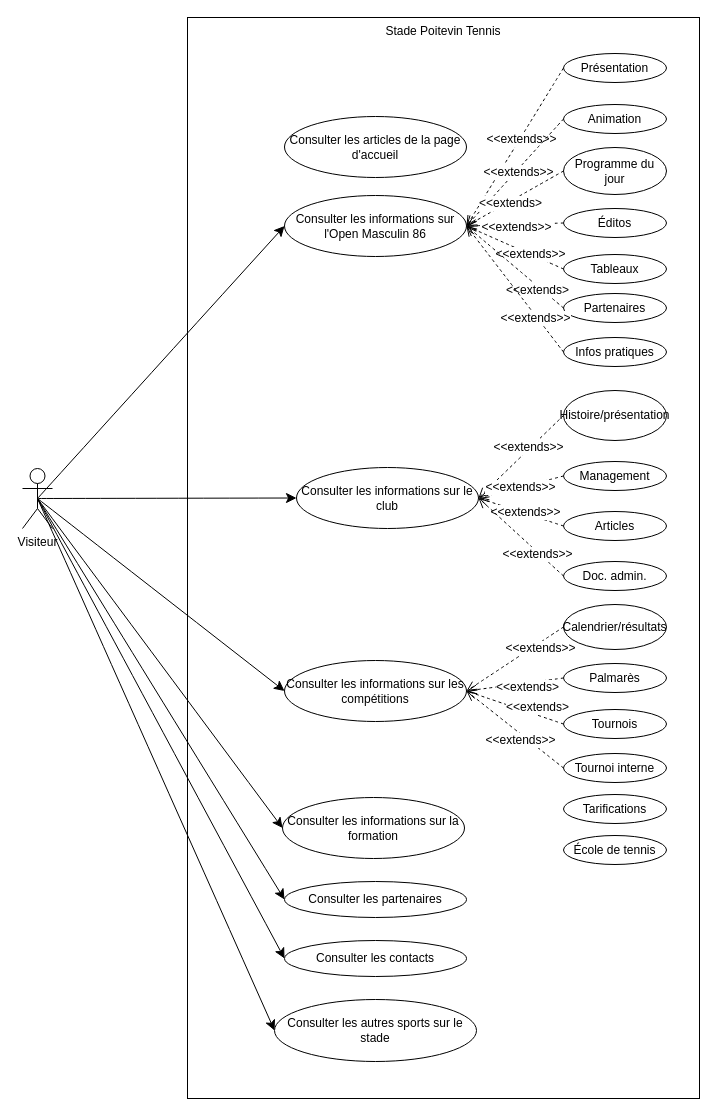
Before: analyse/diagramme-cu.drawio in mmia-univ-s3/sae2-tennis, a draw.io diagram. Source tidied: cells renumbered, new cells numbered last; positions are measured from the earlier drawing's top-left corner, leaving out a move shared by most shapes. Both pictures are drawn from the tidied source at 100%, with x=0, y=0 at pixel (22, 17).
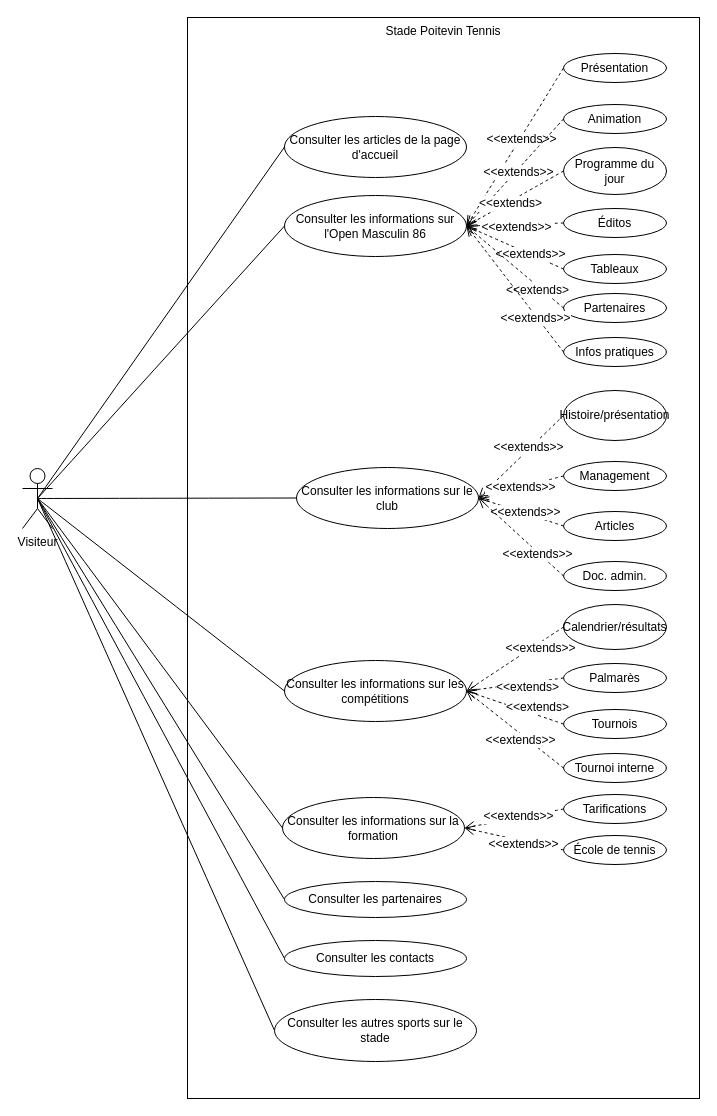
The same page after the edit.

Commit message (it also covers changes not shown here):
Mise à jour du diagramme CU

The change refers to these unchanged cells:
```xml
<mxCell id="10" value="Visiteur" style="shape=umlActor;verticalLabelPosition=bottom;verticalAlign=top;html=1;" parent="1" vertex="1">
  <mxGeometry y="451" width="30" height="60" as="geometry" />
</mxCell>
<mxCell id="11" value="Consulter les informations sur l'Open Masculin 86" style="ellipse;html=1;whiteSpace=wrap;" parent="1" vertex="1">
  <mxGeometry x="262" y="178" width="182" height="61" as="geometry" />
</mxCell>
<mxCell id="12" value="Consulter les informations sur le club" style="ellipse;html=1;whiteSpace=wrap;" parent="1" vertex="1">
  <mxGeometry x="274" y="450" width="182" height="61" as="geometry" />
</mxCell>
<mxCell id="13" value="Consulter les informations sur les compétitions" style="ellipse;html=1;whiteSpace=wrap;" parent="1" vertex="1">
  <mxGeometry x="262" y="643" width="182" height="61" as="geometry" />
</mxCell>
<mxCell id="14" value="Consulter les informations sur la formation" style="ellipse;html=1;whiteSpace=wrap;" parent="1" vertex="1">
  <mxGeometry x="260" y="780" width="182" height="61" as="geometry" />
</mxCell>
<mxCell id="15" value="Consulter les articles de la page d'accueil" style="ellipse;html=1;whiteSpace=wrap;" parent="1" vertex="1">
  <mxGeometry x="262" y="99" width="182" height="61" as="geometry" />
</mxCell>
<mxCell id="60" value="Tarifications" style="ellipse;html=1;whiteSpace=wrap;" parent="1" vertex="1">
  <mxGeometry x="541" y="777" width="103" height="29" as="geometry" />
</mxCell>
<mxCell id="61" value="École de tennis" style="ellipse;html=1;whiteSpace=wrap;" parent="1" vertex="1">
  <mxGeometry x="541" y="818" width="103" height="29" as="geometry" />
</mxCell>
<mxCell id="62" value="Consulter les partenaires" style="ellipse;html=1;whiteSpace=wrap;" parent="1" vertex="1">
  <mxGeometry x="262" y="864" width="182" height="36" as="geometry" />
</mxCell>
<mxCell id="63" value="Consulter les contacts" style="ellipse;html=1;whiteSpace=wrap;" parent="1" vertex="1">
  <mxGeometry x="262" y="923" width="182" height="36" as="geometry" />
</mxCell>
<mxCell id="64" value="Consulter les autres sports sur le stade" style="ellipse;html=1;whiteSpace=wrap;" parent="1" vertex="1">
  <mxGeometry x="252" y="982" width="202" height="62" as="geometry" />
</mxCell>
```

Diff of the diagram source:
```diff
@@
-    <mxCell id="3" style="edgeStyle=none;curved=1;rounded=0;jettySize=auto;html=1;exitX=0.5;exitY=0.5;exitDx=0;exitDy=0;exitPerimeter=0;entryX=0;entryY=0.5;entryDx=0;entryDy=0;fontSize=12;startSize=8;endSize=8;" parent="1" edge="1" source="10" target="11">
+    <mxCell id="3" style="edgeStyle=none;curved=1;rounded=0;jettySize=auto;html=1;exitX=0.5;exitY=0.5;exitDx=0;exitDy=0;exitPerimeter=0;entryX=0;entryY=0.5;entryDx=0;entryDy=0;fontSize=12;startSize=8;endSize=8;endArrow=none;endFill=0;" parent="1" edge="1" source="10" target="11">
       <mxGeometry relative="1" as="geometry" />
     </mxCell>
-    <mxCell id="4" style="edgeStyle=none;curved=1;rounded=0;jettySize=auto;html=1;exitX=0.5;exitY=0.5;exitDx=0;exitDy=0;exitPerimeter=0;entryX=0;entryY=0.5;entryDx=0;entryDy=0;fontSize=12;startSize=8;endSize=8;" parent="1" edge="1" source="10" target="12">
+    <mxCell id="4" style="edgeStyle=none;curved=1;rounded=0;jettySize=auto;html=1;exitX=0.5;exitY=0.5;exitDx=0;exitDy=0;exitPerimeter=0;entryX=0;entryY=0.5;entryDx=0;entryDy=0;fontSize=12;startSize=8;endSize=8;endArrow=none;endFill=0;" parent="1" edge="1" source="10" target="12">
       <mxGeometry relative="1" as="geometry" />
     </mxCell>
-    <mxCell id="5" style="edgeStyle=none;curved=1;rounded=0;jettySize=auto;html=1;exitX=0.5;exitY=0.5;exitDx=0;exitDy=0;exitPerimeter=0;entryX=0;entryY=0.5;entryDx=0;entryDy=0;fontSize=12;startSize=8;endSize=8;" parent="1" edge="1" source="10" target="13">
+    <mxCell id="5" style="edgeStyle=none;curved=1;rounded=0;jettySize=auto;html=1;exitX=0.5;exitY=0.5;exitDx=0;exitDy=0;exitPerimeter=0;entryX=0;entryY=0.5;entryDx=0;entryDy=0;fontSize=12;startSize=8;endSize=8;endArrow=none;endFill=0;" parent="1" edge="1" source="10" target="13">
       <mxGeometry relative="1" as="geometry" />
     </mxCell>
-    <mxCell id="6" style="edgeStyle=none;curved=1;rounded=0;jettySize=auto;html=1;exitX=0.5;exitY=0.5;exitDx=0;exitDy=0;exitPerimeter=0;entryX=0;entryY=0.5;entryDx=0;entryDy=0;fontSize=12;startSize=8;endSize=8;" parent="1" edge="1" source="10" target="14">
+    <mxCell id="6" style="edgeStyle=none;curved=1;rounded=0;jettySize=auto;html=1;exitX=0.5;exitY=0.5;exitDx=0;exitDy=0;exitPerimeter=0;entryX=0;entryY=0.5;entryDx=0;entryDy=0;fontSize=12;startSize=8;endSize=8;endArrow=none;endFill=0;" parent="1" edge="1" source="10" target="14">
       <mxGeometry relative="1" as="geometry" />
     </mxCell>
-    <mxCell id="7" style="edgeStyle=none;curved=1;rounded=0;jettySize=auto;html=1;exitX=0.5;exitY=0.5;exitDx=0;exitDy=0;exitPerimeter=0;entryX=0;entryY=0.5;entryDx=0;entryDy=0;fontSize=12;startSize=8;endSize=8;" parent="1" edge="1" source="10" target="62">
+    <mxCell id="7" style="edgeStyle=none;curved=1;rounded=0;jettySize=auto;html=1;exitX=0.5;exitY=0.5;exitDx=0;exitDy=0;exitPerimeter=0;entryX=0;entryY=0.5;entryDx=0;entryDy=0;fontSize=12;startSize=8;endSize=8;endArrow=none;endFill=0;" parent="1" edge="1" source="10" target="62">
       <mxGeometry relative="1" as="geometry" />
     </mxCell>
-    <mxCell id="8" style="edgeStyle=none;curved=1;rounded=0;jettySize=auto;html=1;exitX=0.5;exitY=0.5;exitDx=0;exitDy=0;exitPerimeter=0;entryX=0;entryY=0.5;entryDx=0;entryDy=0;fontSize=12;startSize=8;endSize=8;" parent="1" edge="1" source="10" target="63">
+    <mxCell id="8" style="edgeStyle=none;curved=1;rounded=0;jettySize=auto;html=1;exitX=0.5;exitY=0.5;exitDx=0;exitDy=0;exitPerimeter=0;entryX=0;entryY=0.5;entryDx=0;entryDy=0;fontSize=12;startSize=8;endSize=8;endArrow=none;endFill=0;" parent="1" edge="1" source="10" target="63">
       <mxGeometry relative="1" as="geometry" />
     </mxCell>
-    <mxCell id="9" style="edgeStyle=none;curved=1;rounded=0;jettySize=auto;html=1;exitX=0.5;exitY=0.5;exitDx=0;exitDy=0;exitPerimeter=0;entryX=0;entryY=0.5;entryDx=0;entryDy=0;fontSize=12;startSize=8;endSize=8;" parent="1" edge="1" source="10" target="64">
+    <mxCell id="9" style="edgeStyle=none;curved=1;rounded=0;jettySize=auto;html=1;exitX=0.5;exitY=0.5;exitDx=0;exitDy=0;exitPerimeter=0;entryX=0;entryY=0.5;entryDx=0;entryDy=0;fontSize=12;startSize=8;endSize=8;endArrow=none;endFill=0;" parent="1" edge="1" source="10" target="64">
       <mxGeometry relative="1" as="geometry" />
     </mxCell>
+    <mxCell id="65" style="edgeStyle=none;curved=1;rounded=0;jettySize=auto;html=1;exitX=0.5;exitY=0.5;exitDx=0;exitDy=0;exitPerimeter=0;entryX=0;entryY=0.5;entryDx=0;entryDy=0;fontSize=12;startSize=8;endSize=8;endArrow=none;endFill=0;" parent="1" edge="1" source="10" target="15">
+      <mxGeometry relative="1" as="geometry" />
+    </mxCell>
@@
+    <mxCell id="66" style="edgeStyle=none;curved=1;rounded=0;jettySize=auto;html=1;exitX=0;exitY=0.5;exitDx=0;exitDy=0;entryX=1;entryY=0.5;entryDx=0;entryDy=0;fontSize=12;startSize=8;endSize=8;dashed=1;endArrow=open;endFill=0;" parent="1" edge="1" source="60" target="14">
+      <mxGeometry relative="1" as="geometry" />
+    </mxCell>
+    <mxCell id="67" value="&amp;lt;&amp;lt;extends&amp;gt;&amp;gt;" style="edgeLabel;html=1;align=center;verticalAlign=middle;fontSize=12;" parent="66" vertex="1">
+      <mxGeometry x="-0.08" y="-2" relative="1" as="geometry" />
+    </mxCell>
@@
+    <mxCell id="68" style="edgeStyle=none;curved=1;rounded=0;jettySize=auto;html=1;exitX=0;exitY=0.5;exitDx=0;exitDy=0;entryX=1;entryY=0.5;entryDx=0;entryDy=0;fontSize=12;startSize=8;endSize=8;dashed=1;endArrow=open;endFill=0;" parent="1" edge="1" source="61" target="14">
+      <mxGeometry relative="1" as="geometry" />
+    </mxCell>
+    <mxCell id="69" value="&amp;lt;&amp;lt;extends&amp;gt;&amp;gt;" style="edgeLabel;html=1;align=center;verticalAlign=middle;fontSize=12;" parent="68" vertex="1">
+      <mxGeometry x="0.2" y="2" relative="1" as="geometry">
+        <mxPoint x="19" y="5" as="offset" />
+      </mxGeometry>
+    </mxCell>
```
